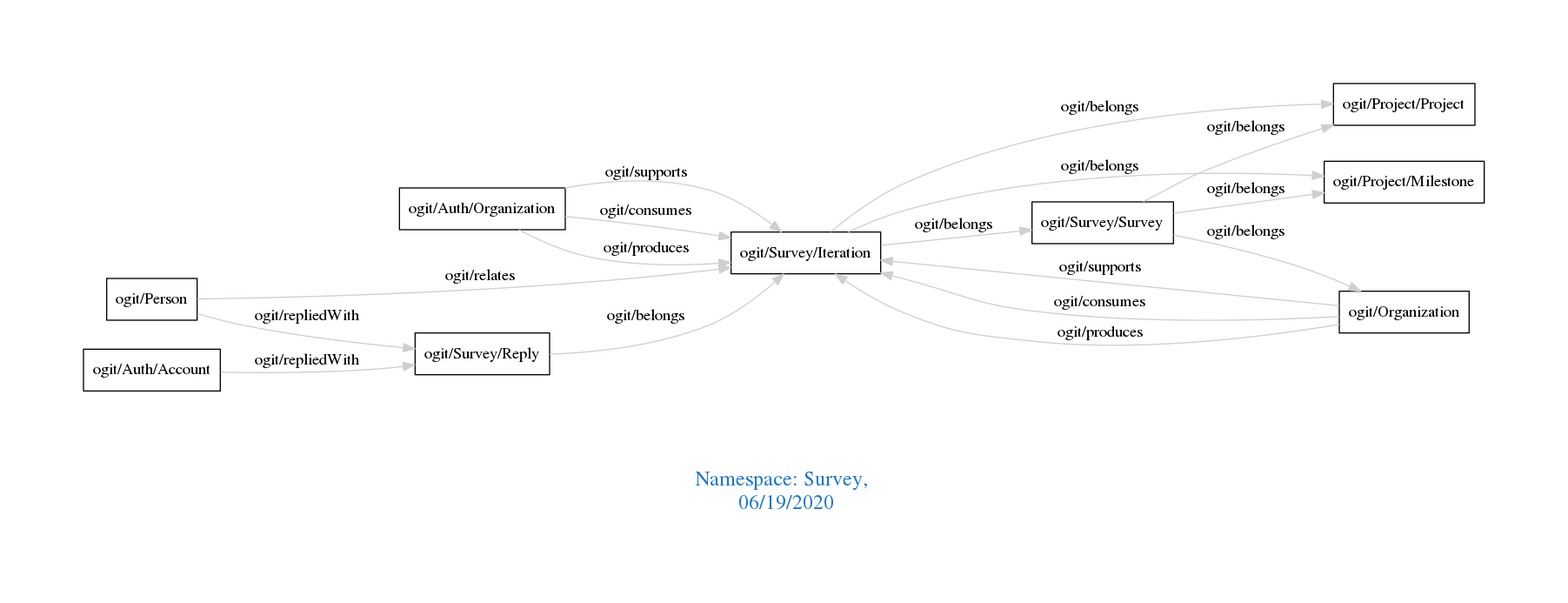
Earlier version of the Graphviz export downloads/Survey.png (arago/OGIT). Its source is kept beside it as downloads/Survey.dot.
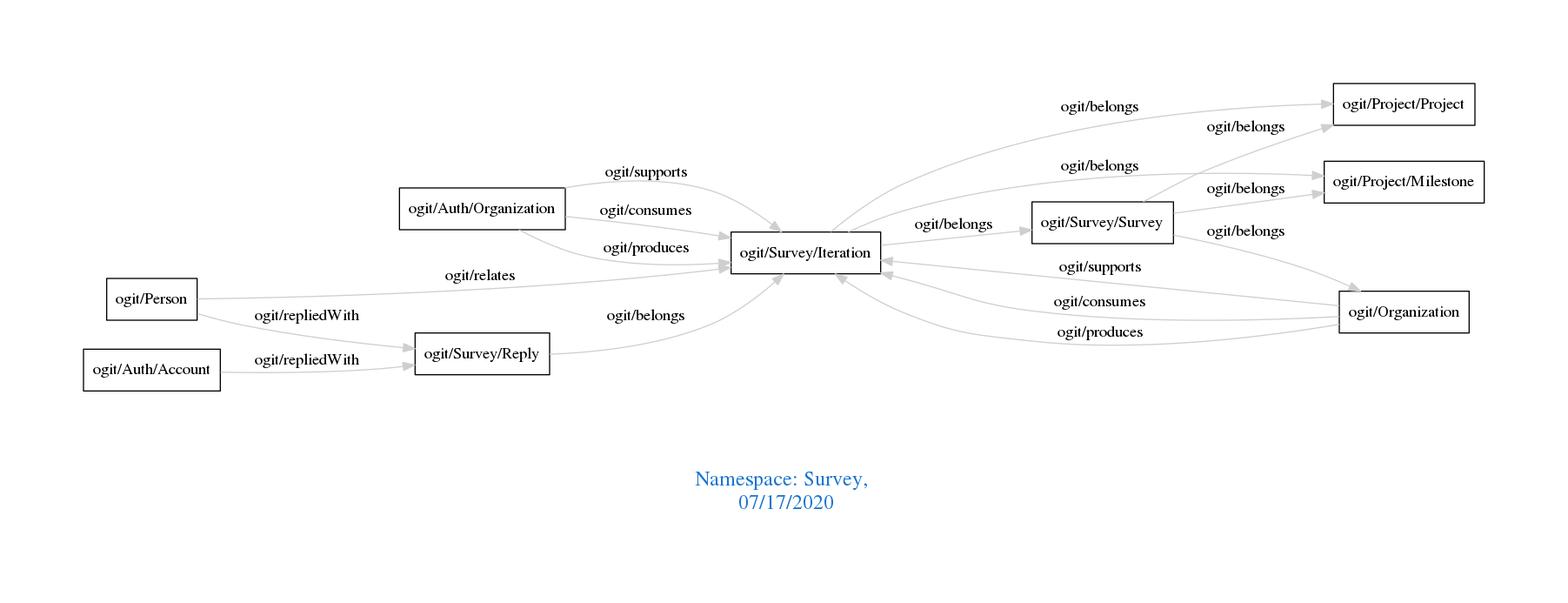
After the change.

What changed in the source:
```diff
@@ -1,7 +1,7 @@
 digraph OGIT_ontology {
  graph [ rankdir= LR,pad=1
 fontsize = 18,
-fontcolor= dodgerblue3,label = "\n\n\nNamespace: Survey, \n 06/19/2020"];
+fontcolor= dodgerblue3,label = "\n\n\nNamespace: Survey, \n 07/17/2020"];
 node[shape=polygon];
 edge [  color="gray81"];
 
```
